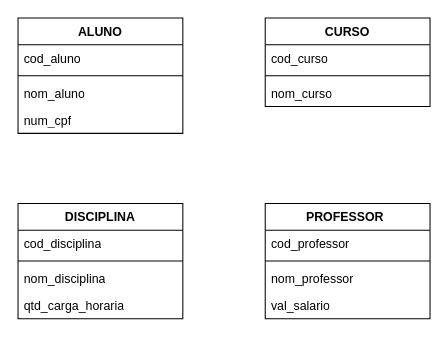
Earlier version of the draw.io diagram BD_Aula1.drawio (NicolasKevin2/BD). Source tidied: cells renumbered, new cells numbered last; positions are measured from the earlier drawing's top-left corner, leaving out a move shared by most shapes. Both pictures are drawn from the tidied source at 103%, with x=0, y=0 at pixel (18, 18).
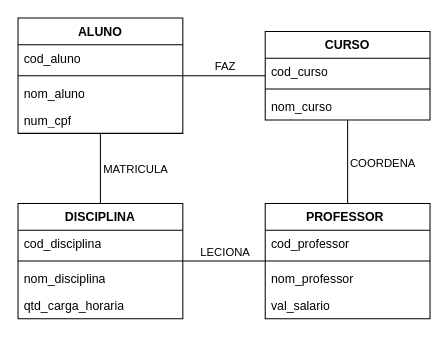
After the change.

The change refers to these unchanged cells:
```xml
<mxCell id="2" value="ALUNO&lt;br&gt;" style="swimlane;fontStyle=1;align=center;verticalAlign=top;horizontal=1;startSize=26;whiteSpace=wrap;html=1;" parent="1" vertex="1">
  <mxGeometry width="160" height="112" as="geometry" />
</mxCell>
<mxCell id="11" value="PROFESSOR&lt;span style=&quot;white-space: pre;&quot;&gt;&#9;&lt;/span&gt;" style="swimlane;fontStyle=1;align=center;verticalAlign=top;horizontal=1;startSize=26;whiteSpace=wrap;html=1;" parent="1" vertex="1">
  <mxGeometry x="240" y="180" width="160" height="112" as="geometry" />
</mxCell>
<mxCell id="16" value="DISCIPLINA" style="swimlane;fontStyle=1;align=center;verticalAlign=top;horizontal=1;startSize=26;whiteSpace=wrap;html=1;" parent="1" vertex="1">
  <mxGeometry y="180" width="160" height="112" as="geometry" />
</mxCell>
```

Change to the diagram source:
```diff
@@
     <mxCell id="7" value="CURSO" style="swimlane;fontStyle=1;align=center;verticalAlign=top;horizontal=1;startSize=26;whiteSpace=wrap;html=1;" parent="1" vertex="1">
-      <mxGeometry x="240" width="160" height="86" as="geometry" />
+      <mxGeometry x="240" y="13" width="160" height="86" as="geometry" />
     </mxCell>
@@
+    <mxCell id="21" style="endArrow=none;html=1;rounded=0;" parent="1" edge="1" source="2" target="7">
+      <mxGeometry relative="1" as="geometry" />
+    </mxCell>
+    <mxCell id="22" value="FAZ&lt;br&gt;" style="edgeLabel;html=1;align=center;verticalAlign=middle;" parent="21" vertex="1">
+      <mxGeometry x="-0.05" y="-2" relative="1" as="geometry">
+        <mxPoint x="2" y="-12" as="offset" />
+      </mxGeometry>
+    </mxCell>
+    <mxCell id="23" style="endArrow=none;html=1;rounded=0;" parent="1" edge="1" source="16" target="2">
+      <mxGeometry relative="1" as="geometry" />
+    </mxCell>
+    <mxCell id="24" value="MATRICULA&lt;br&gt;" style="edgeLabel;html=1;align=center;verticalAlign=middle;" parent="23" vertex="1">
+      <mxGeometry x="0.03" y="1" relative="1" as="geometry">
+        <mxPoint x="34" y="1" as="offset" />
+      </mxGeometry>
+    </mxCell>
+    <mxCell id="25" style="endArrow=none;html=1;rounded=0;" parent="1" edge="1" source="16" target="11">
+      <mxGeometry relative="1" as="geometry" />
+    </mxCell>
+    <mxCell id="26" value="LECIONA&lt;br&gt;" style="edgeLabel;html=1;align=center;verticalAlign=middle;" parent="25" vertex="1">
+      <mxGeometry y="-1" relative="1" as="geometry">
+        <mxPoint y="-10" as="offset" />
+      </mxGeometry>
+    </mxCell>
+    <mxCell id="27" style="endArrow=none;html=1;rounded=0;" parent="1" edge="1" source="11" target="7">
+      <mxGeometry relative="1" as="geometry" />
+    </mxCell>
+    <mxCell id="28" value="COORDENA" style="edgeLabel;html=1;align=center;verticalAlign=middle;" parent="27" vertex="1">
+      <mxGeometry x="-0.09" y="-2" relative="1" as="geometry">
+        <mxPoint x="31" y="-3" as="offset" />
+      </mxGeometry>
+    </mxCell>
```
